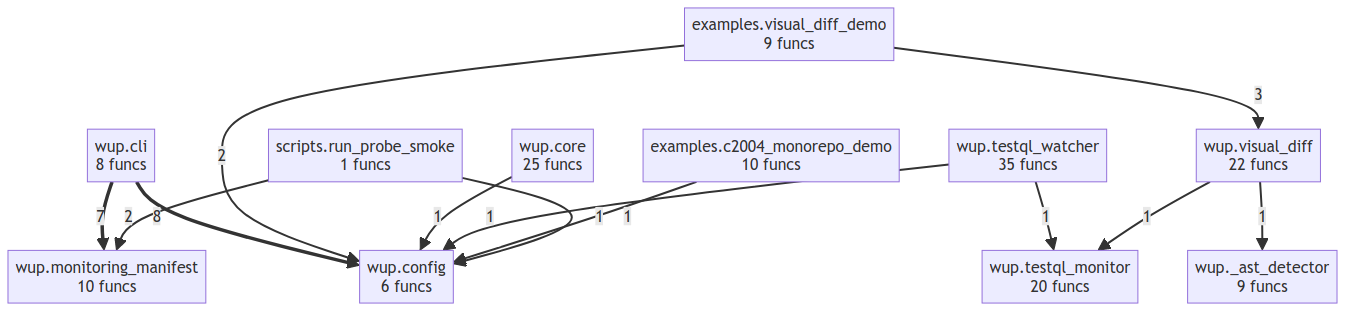
The Mermaid diagram project/compact_flow.png in semcod/wup, before a commit. Its source is kept beside it as project/compact_flow.mmd.
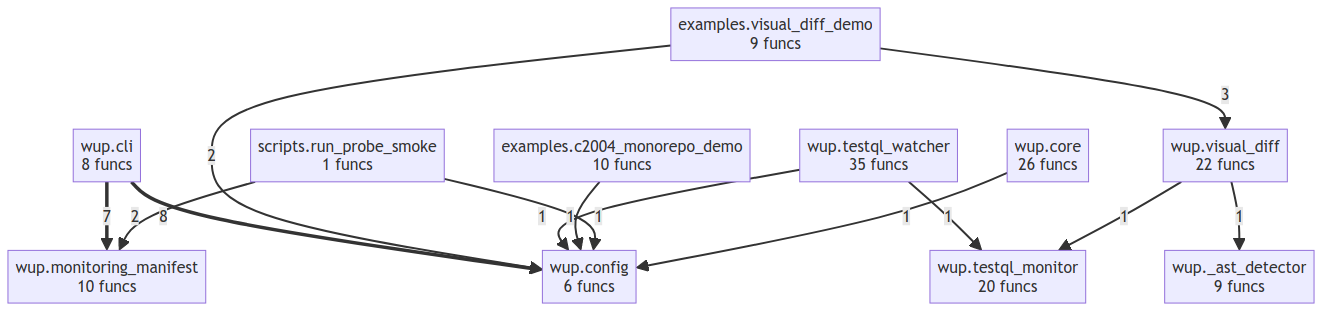
The same file after the commit.

The edit, as a diff of the source:
```diff
@@ -5,7 +5,7 @@
     wup___ast_detector["wup._ast_detector<br/>9 funcs"]
     wup__cli["wup.cli<br/>8 funcs"]
     wup__config["wup.config<br/>6 funcs"]
-    wup__core["wup.core<br/>25 funcs"]
+    wup__core["wup.core<br/>26 funcs"]
     wup__monitoring_manifest["wup.monitoring_manifest<br/>10 funcs"]
     wup__testql_monitor["wup.testql_monitor<br/>20 funcs"]
     wup__testql_watcher["wup.testql_watcher<br/>35 funcs"]
@@ -15,10 +15,10 @@
     examples__visual_diff_demo -->|3| wup__visual_diff
     examples__visual_diff_demo -->|2| wup__config
     scripts__run_probe_smoke -->|2| wup__monitoring_manifest
-    wup__core -->|1| wup__config
     wup__testql_watcher -->|1| wup__config
     wup__testql_watcher -->|1| wup__testql_monitor
     wup__visual_diff -->|1| wup__testql_monitor
     wup__visual_diff -->|1| wup___ast_detector
     examples__c2004_monorepo_demo -->|1| wup__config
     scripts__run_probe_smoke -->|1| wup__config
+    wup__core -->|1| wup__config
```
